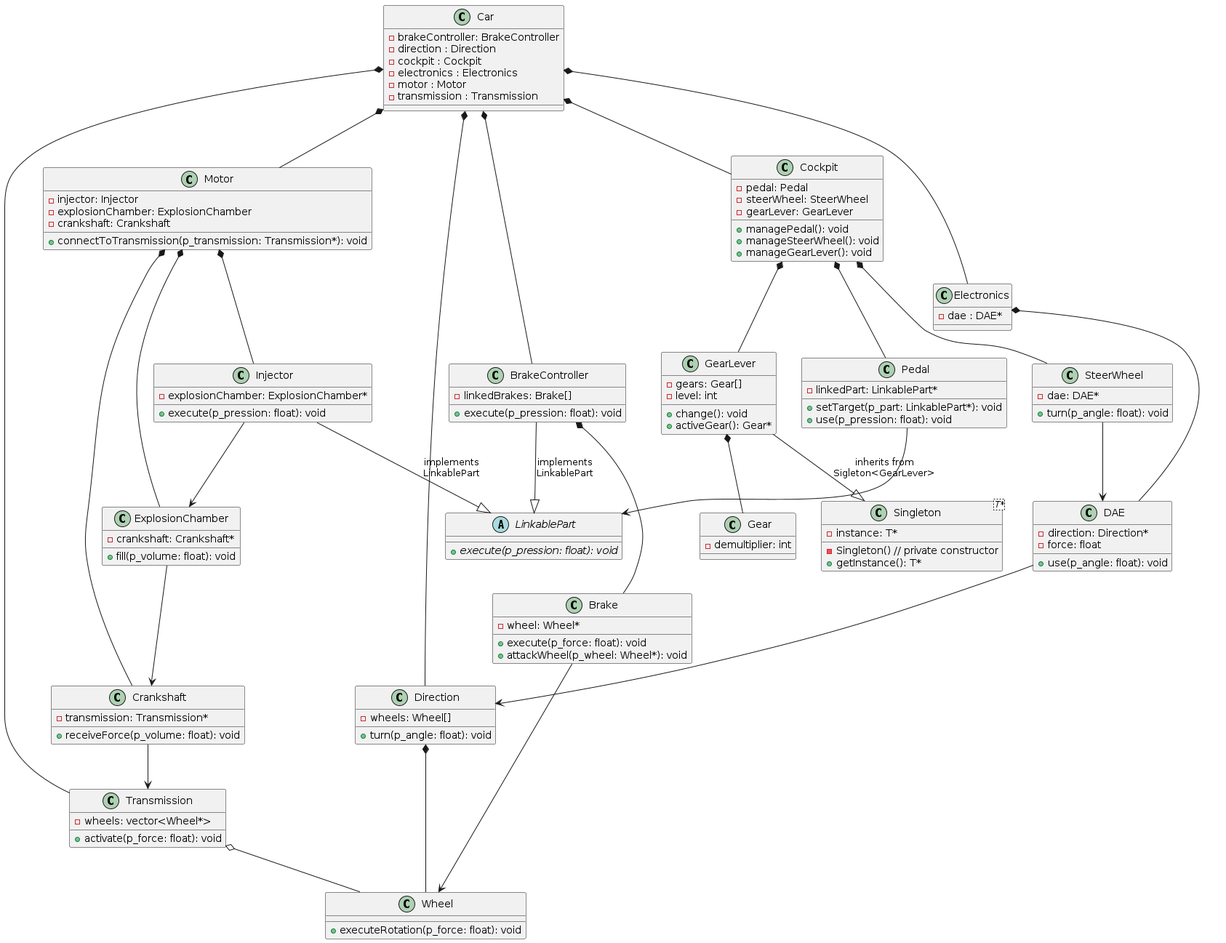
The PlantUML diagram UML/out/subject/Subject.png in Paolss666/Piscine-Object, before a commit.
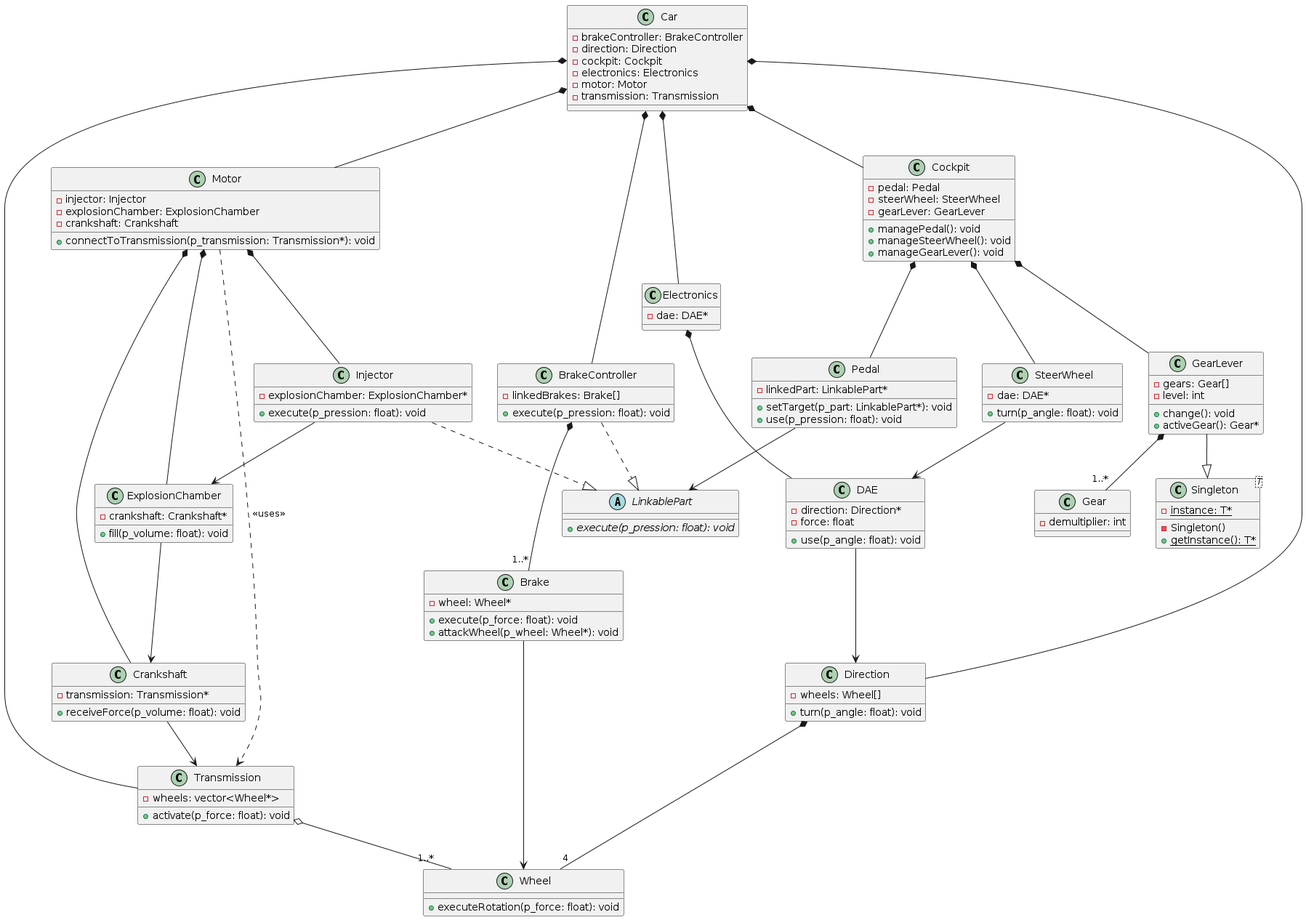
The same diagram one commit later.

Commit message:
UML ready for the eval

Change to the diagram source:
```diff
@@ -1,115 +1,115 @@
 @startuml Subject
 
 abstract class LinkablePart {
-    + {abstract} execute(p_pression: float): void
-}
-class Wheel {
-    + executeRotation(p_force: float): void
-}
-class Gear {
-    - demultiplier: int
+  + {abstract} execute(p_pression: float): void
 }
 
-class "Singleton<T*>" as Singleton{
-    - instance: T*
-    - Singleton() // private constructor
-    + getInstance(): T*
+class Wheel {
+  + executeRotation(p_force: float): void
 }
 
+class Gear {
+  - demultiplier: int
+}
 
-class GearLever{
-    - gears: Gear[]
-    - level: int
-    + change(): void
-    + activeGear(): Gear*
+class "Singleton<T>" as Singleton {
+  - {static} instance: T*
+  - Singleton()
+  + {static} getInstance(): T*
+}
+
+class GearLever {
+  - gears: Gear[]
+  - level: int
+  + change(): void
+  + activeGear(): Gear*
 }
 
 class Transmission {
-    -wheels: vector<Wheel*>
-    +activate(p_force: float): void
+  - wheels: vector<Wheel*>
+  + activate(p_force: float): void
 }
 
 class Crankshaft {
-    - transmission: Transmission*
-    + receiveForce(p_volume: float): void
+  - transmission: Transmission*
+  + receiveForce(p_volume: float): void
 }
 
-class ExplosionChamber{
-    - crankshaft: Crankshaft*
-    + fill(p_volume: float): void
+class ExplosionChamber {
+  - crankshaft: Crankshaft*
+  + fill(p_volume: float): void
 }
 
 class Injector {
-    - explosionChamber: ExplosionChamber*
-    + execute(p_pression: float): void
+  - explosionChamber: ExplosionChamber*
+  + execute(p_pression: float): void
 }
 
 class Motor {
-    - injector: Injector
-    - explosionChamber: ExplosionChamber
-    - crankshaft: Crankshaft
-    + connectToTransmission(p_transmission: Transmission*): void
+  - injector: Injector
+  - explosionChamber: ExplosionChamber
+  - crankshaft: Crankshaft
+  + connectToTransmission(p_transmission: Transmission*): void
 }
 
 class Pedal {
-    - linkedPart: LinkablePart*
-    + setTarget(p_part: LinkablePart*): void
-    + use(p_pression: float): void
+  - linkedPart: LinkablePart*
+  + setTarget(p_part: LinkablePart*): void
+  + use(p_pression: float): void
 }
 
-class Direction{
-    - wheels: Wheel[]
-    + turn(p_angle: float): void
+class Direction {
+  - wheels: Wheel[]
+  + turn(p_angle: float): void
 }
 
 class DAE {
-    - direction: Direction*
-    - force: float
-    + use(p_angle: float): void
+  - direction: Direction*
+  - force: float
+  + use(p_angle: float): void
 }
 
-class SteerWheel{
-    - dae: DAE*
-    + turn(p_angle: float): void
+class SteerWheel {
+  - dae: DAE*
+  + turn(p_angle: float): void
 }
 
 class Brake {
-    - wheel: Wheel*
-    + execute(p_force: float): void
-    + attackWheel(p_wheel: Wheel*): void
+  - wheel: Wheel*
+  + execute(p_force: float): void
+  + attackWheel(p_wheel: Wheel*): void
 }
 
-class BrakeController{
-    - linkedBrakes: Brake[]
-    + execute(p_pression: float): void
+class BrakeController {
+  - linkedBrakes: Brake[]
+  + execute(p_pression: float): void
 }
 
 class Cockpit {
-    - pedal: Pedal
-    - steerWheel: SteerWheel
-    - gearLever: GearLever
-    + managePedal(): void
-    + manageSteerWheel(): void
-    + manageGearLever(): void
+  - pedal: Pedal
+  - steerWheel: SteerWheel
+  - gearLever: GearLever
+  + managePedal(): void
+  + manageSteerWheel(): void
+  + manageGearLever(): void
 }
 
 class Electronics {
-    - dae : DAE*
+  - dae: DAE*
 }
 
 class Car {
-    - brakeController: BrakeController
-    - direction : Direction
-    - cockpit : Cockpit
-    - electronics : Electronics
-    - motor : Motor
-    - transmission : Transmission
+  - brakeController: BrakeController
+  - direction: Direction
+  - cockpit: Cockpit
+  - electronics: Electronics
+  - motor: Motor
+  - transmission: Transmission
 }
 
-GearLever --|> Singleton: inherits from\nSigleton<GearLever>
-Injector--|> LinkablePart: implements\nLinkablePart
-BrakeController --|> LinkablePart: implements\nLinkablePart
-
+GearLever --|> Singleton
+Injector ..|> LinkablePart
+BrakeController ..|> LinkablePart
 
 Car *-- BrakeController
 Car *-- Direction
@@ -122,18 +122,17 @@
 Motor *-- ExplosionChamber
 Motor *-- Crankshaft
 
-
 Cockpit *-- Pedal
 Cockpit *-- SteerWheel
 Cockpit *-- GearLever
 
+GearLever *-- "1..*" Gear
+Direction *-- "4" Wheel
+BrakeController *-- "1..*" Brake
 
-GearLever *-- Gear
-Direction *-- Wheel
-BrakeController *-- Brake
 Electronics *-- DAE
 
-Transmission o-- Wheel
+Transmission o-- "1..*" Wheel
 
 Crankshaft --> Transmission
 ExplosionChamber --> Crankshaft
@@ -142,6 +141,6 @@
 Brake --> Wheel
 SteerWheel --> DAE
 DAE --> Direction
-
+Motor ..> Transmission : <<uses>>
 
 @enduml
```
